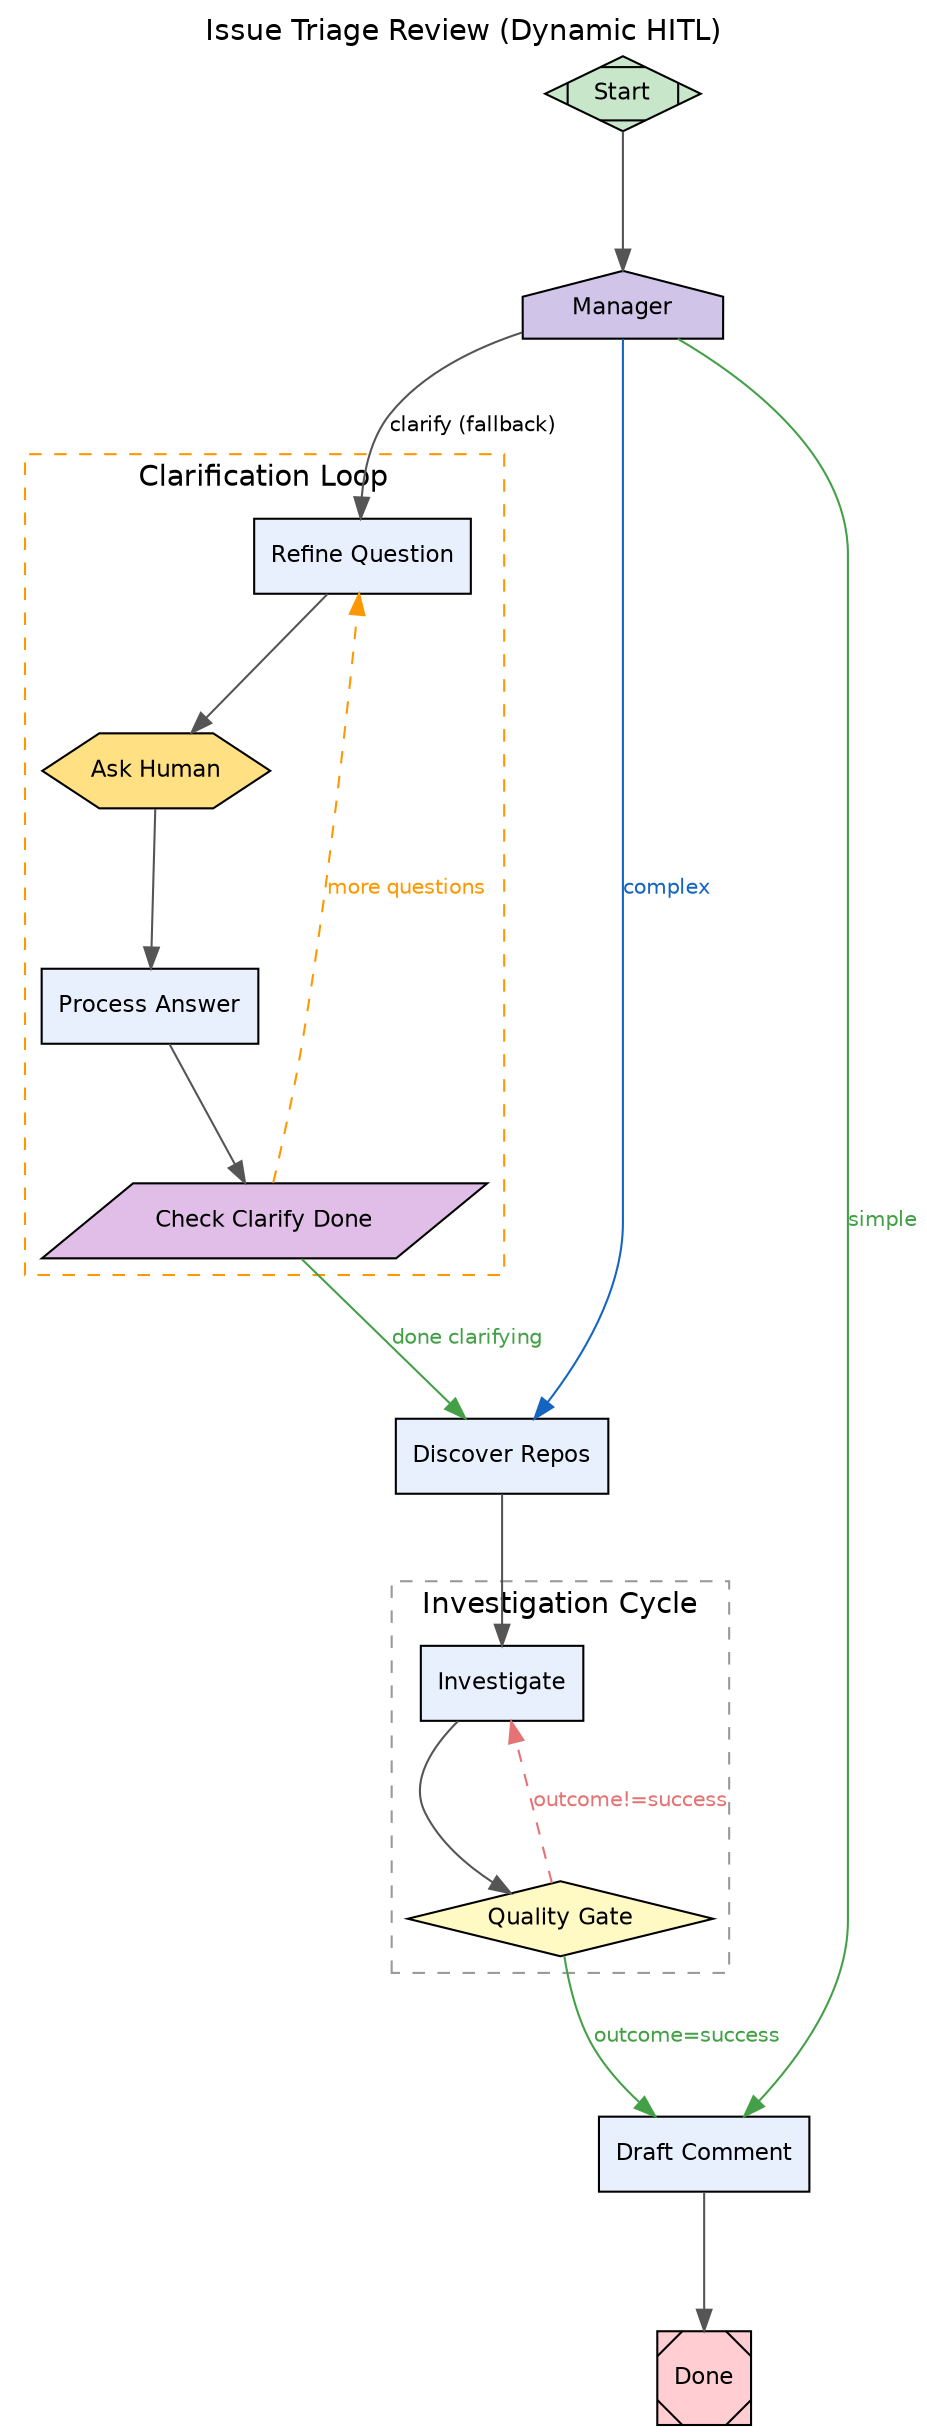
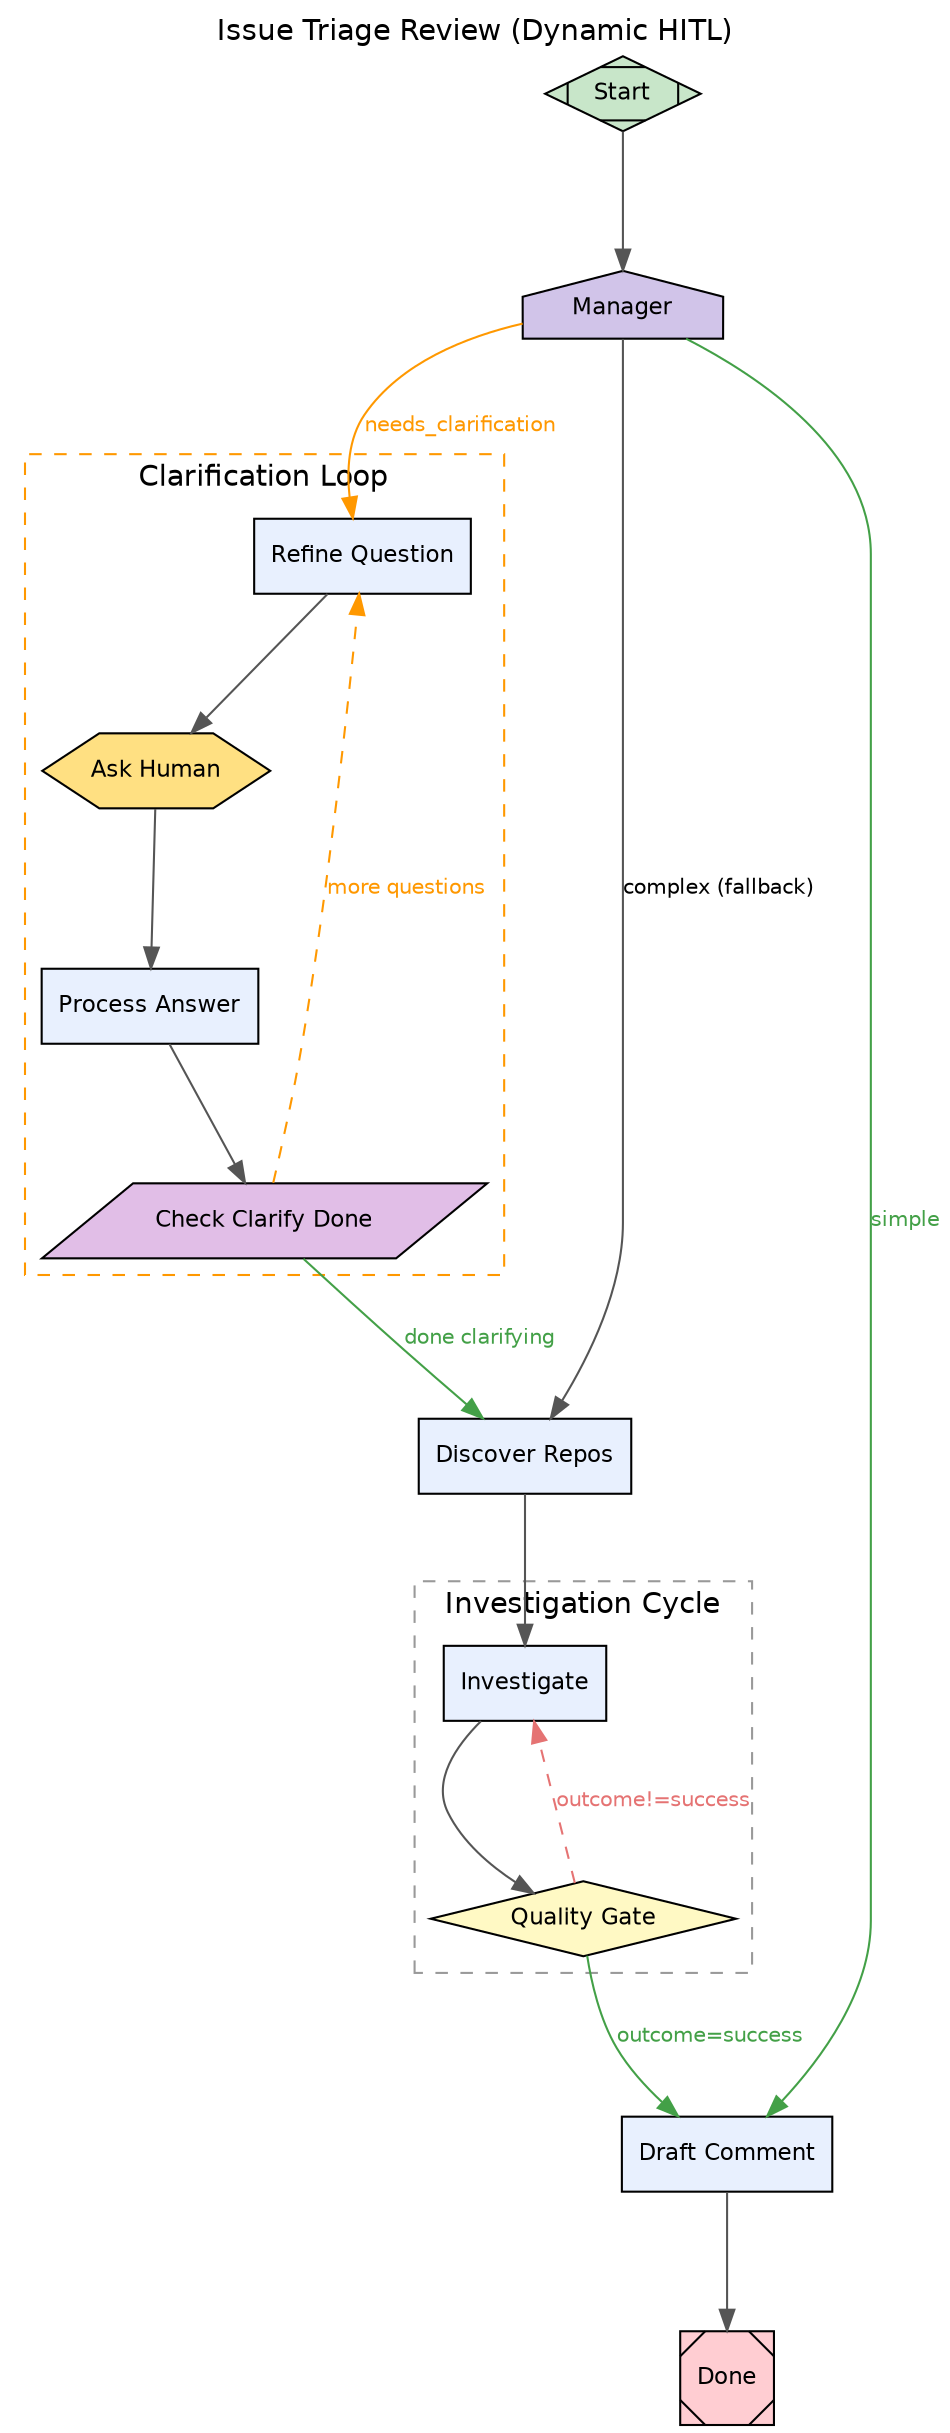
// triage-dynamic.dot
//
// Pipeline: Dynamic HITL Issue Triage — Multi-Turn Clarification Pattern
//
// Flow:
//   1. Manager reads the issue and decides: simple, needs_clarification, or complex?
//   2. Simple:              manager drafts quick summary → comment_draft (skip investigation)
//   3. Needs clarification: manager → refine_question → ask_human → process_answer →
//                           check_clarify_done loop until READY_TO_INVESTIGATE sentinel
//   4. Default (fallback):  manager → discover_repos → investigate → quality_eval loop
//   5. comment_draft always runs last — writes bridge.* output for GitHub
//
// Key differences from triage-review-resolve-hitl.dot:
//   - Clarification is a LOOP (refine_question → ask_human → process_answer →
//     check_clarify_done), not a single HITL pause
//   - refine_question writes structured questions to docs/triage/clarify.md
//   - ask_human attaches that file inline so the human sees structured questions
//   - process_answer reads ${human.gate.text} and integrates the reply
//   - check_clarify_done uses a tool_command to grep for READY_TO_INVESTIGATE sentinel
//   - discover_repos is an explicit node that reads $goal and runs git clone
//   - manager routes to discover_repos as the unconditional fallback (not clarify)
//
// Adapted for Resolve-hosted execution:
//   - Repos are in workspace via Gitea mirrors (no checkout tools)
//   - Bridge handles all GitHub I/O (no direct GitHub tool calls)
//   - comment_draft writes bridge.* context_updates instead of calling tools
//   - Context ($goal) comes from bridge translator, not raw GitHub API

digraph triage_dynamic {

    // — Graph-level attributes ——————————————————————————————————————————

    label             = "Issue Triage Review (Dynamic HITL)"
    labelloc          = t
    rankdir           = TB
    compound          = true
    fontname          = "Helvetica"
    nodesep           = 0.6
    ranksep           = 0.9

    // Attractor pipeline configuration
    goal              = "$goal"
    default_fidelity  = "compact"
    default_thread_id = "triage-dynamic-thread"

    // — Model stylesheet ————————————————————————————————————————————————
    // Covers all decision-bearing and new nodes:
    //   quality_eval  — adversarial gate, needs reasoning + high effort
    //   manager       — complexity triage, needs reasoning
    //   investigate   — code investigation, general model
    //   refine_question — question refinement, general model
    //   process_answer  — answer integration, general model
    //   discover_repos  — repo discovery, general model
    model_stylesheet  = "quality_eval: model_role=reasoning reasoning_effort=high; manager: model_role=reasoning; investigate: model_role=general; refine_question: model_role=general; process_answer: model_role=general; discover_repos: model_role=general"

    // — Default node and edge styles ————————————————————————————————————
    node [fontname="Helvetica", fontsize=11, style="filled"]
    edge [fontname="Helvetica", fontsize=10, color="#555555"]

    // ═══════════════════════════════════════════════════════════════════
    // PIPELINE NODES
    // ═══════════════════════════════════════════════════════════════════

    // Entry point
    start [
        label     = "Start",
        shape     = Mdiamond,
        fillcolor = "#C8E6C9"
    ]

    // Manager — reads the issue, decides complexity, routes accordingly.
    // SIMPLE:              manager writes triage_summary and skips to comment_draft.
    // NEEDS_CLARIFICATION: routes to refine_question to begin the clarification loop.
    // FALLBACK (default):  routes to discover_repos for immediate investigation.
    manager [
        label      = "Manager",
        shape      = house,
        fillcolor  = "#D1C4E9",
        max_cycles = 3,
        prompt     = "You are a triage manager. Read the issue described in $goal.\n\nYour job is to assess complexity and route to one of THREE outcomes:\n\n1. READ the issue carefully.\n2. DECIDE: Is this simple, does it need clarification, or does it need deep investigation?\n\nCriteria for SIMPLE:\n  - The issue is a known pattern (missing docs, config error, clear user error)\n  - The root cause is obvious from the description\n  - No code verification is needed\n\nCriteria for NEEDS_CLARIFICATION:\n  - The issue is ambiguous or underspecified\n  - Key context is missing (version, repro steps, expected vs actual behavior)\n  - You have a specific question for the reporter that would determine the investigation path\n\nCriteria for COMPLEX (default fallback):\n  - The issue involves code behavior that needs verification\n  - Root cause is unclear or disputed\n  - Multiple modules or layers could be involved\n  - The reporter's framing needs independent verification against code\n\nOutput ONLY one of:\n\nIf SIMPLE:\n{\"status\": \"success\", \"context_updates\": {\"context.complexity\": \"simple\", \"triage_summary\": \"YOUR QUICK TRIAGE ANALYSIS HERE — include root cause assessment, recommendation, and confidence level\"}}\n\nIf NEEDS_CLARIFICATION:\n{\"status\": \"success\", \"context_updates\": {\"context.complexity\": \"needs_clarification\", \"clarify_prompt\": \"YOUR SPECIFIC QUESTION TO THE REPORTER HERE — be precise and ask only what you need to proceed\"}}\n\nIf COMPLEX:\n{\"status\": \"success\", \"context_updates\": {\"context.complexity\": \"complex\"}}"
    ]

    // ── Clarification loop subgraph ───────────────────────────────────
    subgraph cluster_clarify_loop {
        label = "Clarification Loop"
        style = dashed
        color = "#FF9800"

        // Refine Question — reads the issue context plus any prior answers and
        // writes a structured list of questions to docs/triage/clarify.md.
        // Loops up to 5 times (one round of questions per cycle).
        refine_question [
            label      = "Refine Question",
            shape      = box,
            fillcolor  = "#E8F0FE",
            max_cycles = 5,
            prompt     = "You are a clarification specialist. Read the issue in $goal and any prior answers in $clarify_answers.\n\nYour job is to write clear, structured questions that will help determine the investigation path.\n\nWrite your questions to docs/triage/clarify.md in this format:\n\n## Clarification Questions\n\n1. [Your first question — be specific]\n2. [Your second question — if needed]\n\nIf you have gathered enough information to proceed, write:\n\n## READY_TO_INVESTIGATE\n\nThe clarification is complete. Proceeding to investigation.\n\nOutput:\n{\"status\": \"success\", \"context_updates\": {\"clarify_questions\": \"YOUR QUESTIONS SUMMARY\"}}"
        ]

        // Ask Human — HITL pause point.
        // shape=hexagon marks this as a human-in-the-loop pause point.
        // mode=freeform means the attractor engine presents the description to
        // the human and waits for a free-text reply.
        // attachments_inline includes the structured questions file so the human
        // sees exactly what is being asked.
        ask_human [
            label              = "Ask Human",
            shape              = hexagon,
            fillcolor          = "#FFE082",
            mode               = "freeform",
            attachments_inline = "docs/triage/clarify.md",
            description        = "The triage manager needs more information before it can investigate this issue.\n\nPlease review the attached questions and provide your answers.\n\nReply with `/resolve <your answer>`."
        ]

        // Process Answer — reads the human's reply from ${human.gate.text}
        // and integrates it with existing context.
        process_answer [
            label     = "Process Answer",
            shape     = box,
            fillcolor = "#E8F0FE",
            prompt    = "You are processing the human's reply to clarification questions.\n\nHuman's reply:\n${human.gate.text}\n\nPrevious questions:\n$clarify_questions\n\nIntegrate the answer into the investigation context. Determine if we have enough information to proceed or if more questions are needed.\n\nOutput:\n{\"status\": \"success\", \"context_updates\": {\"clarify_answers\": \"INTEGRATED ANSWERS SO FAR\", \"clarify_status\": \"If all key questions are answered write READY_TO_INVESTIGATE, otherwise describe what is still missing\"}}"
        ]

        // Check Clarify Done — uses a tool_command to grep docs/triage/clarify.md
        // for the READY_TO_INVESTIGATE sentinel to decide whether to loop or proceed.
        check_clarify_done [
            label        = "Check Clarify Done",
            shape        = parallelogram,
            fillcolor    = "#E1BEE7",
            tool_command = "grep -q READY_TO_INVESTIGATE docs/triage/clarify.md && echo done || echo more_questions"
        ]
    }

    // Discover Repos — reads $goal to identify relevant repositories
    // and runs git clone to ensure they are available in the workspace.
    discover_repos [
        label     = "Discover Repos",
        shape     = box,
        fillcolor = "#E8F0FE",
        prompt    = "You are preparing the workspace for investigation.\n\nRead the issue in $goal and identify which repositories are relevant.\n\nThe repositories may already be available in the workspace via Gitea mirrors. Check what is available and clone any that are missing.\n\nOutput:\n{\"status\": \"success\", \"context_updates\": {\"repos_available\": \"LIST OF REPOS NOW IN WORKSPACE\"}}"
    ]

    // Investigation cycle subgraph
    subgraph cluster_investigation_cycle {
        label = "Investigation Cycle"
        style = dashed
        color = "#999999"

        // Investigator — independent root-cause analysis against actual code.
        // Repos are already in workspace via Gitea mirrors — no checkout tools needed.
        // $clarify_answers is injected if the clarification loop was taken (may be empty).
        investigate [
            label     = "Investigate",
            shape     = box,
            fillcolor = "#E8F0FE",
            timeout   = "5m",
            prompt    = "You are investigating the issue described in $goal.\n\nThe relevant repositories are already cloned in your workspace via Gitea mirrors — no checkout tools are available or needed.\n\nAdditional context from clarification (if provided): $clarify_answers\nRepos available: $repos_available\n\nSTEP 1 — Investigate:\n  - Read the issue. Verify every claim against actual code. Do NOT trust the reporter's framing.\n  - Perform independent verification of the root cause from source code.\n  - Check sibling modules for the same gap.\n  - If $clarify_answers is non-empty, incorporate the reporter's answers into your analysis.\n\nSTEP 2 — Output:\nYour entire response must be ONLY this JSON:\n{\"status\": \"success\", \"context_updates\": {\"triage_summary\": \"YOUR COMPLETE FINDINGS HERE\"}}\n\nThe triage_summary must contain: Root cause file:line, Ecosystem layer, Sibling modules checked, Recommended fix, Fix layer."
        ]

        // Adversarial quality gate — evaluates investigate findings.
        quality_eval [
            label            = "Quality Gate",
            shape            = diamond,
            fillcolor        = "#FFF9C4",
            goal_gate        = true,
            timeout          = "2m",
            reasoning_effort = high,
            prompt           = "You are an adversarial quality gate. Evaluate the investigation findings.\n\nINVESTIGATION SUMMARY:\n$triage_summary\n\nEvaluate against these criteria:\n(1) INDEPENDENT VERIFICATION: Did the investigator verify from code independently, or just restate the issue? FAIL if no independent verification.\n(2) ECOSYSTEM-LAYER CORRECTNESS: Is the fix scoped to the correct layer? FAIL if wrong layer.\n(3) BLAST RADIUS: Were sibling modules checked? FAIL if not.\n(4) SPECIFICITY: Is root cause a specific file:line? Vague = FAIL.\n(5) RECOMMENDATION: One concrete recommendation. Menu of options = FAIL.\n\nOutput ONLY one of:\nOn FAIL: {\"status\": \"fail\", \"failure_reason\": \"Criterion N: reason\", \"context_updates\": {\"quality_feedback\": \"Fix these issues: ...\"}}\nOn SUCCESS: {\"status\": \"success\"}"
        ]
    }

    // Comment drafter — writes bridge.* output variables for the bridge to post.
    // Always runs as the final step before done, regardless of path taken.
    // Reads $triage_summary which is set by either manager (simple) or investigate (complex/HITL).
    comment_draft [
        label     = "Draft Comment",
        shape     = box,
        fillcolor = "#E8F0FE",
        prompt    = "The triage findings are in $triage_summary.\n\nWrite a triage analysis and output it as JSON with context_updates containing bridge output variables.\n\nStructure the comment as:\n- Lead with a 2-3 sentence plain-English summary of the root cause and recommended fix\n- If sibling modules were checked, show what was found\n- Give a single concrete recommendation, not options\n- Only report what was verified (from code if investigated, from issue context if triaged directly)\n\nYour entire response must be ONLY this JSON:\n{\"status\": \"success\", \"context_updates\": {\"bridge.comment\": \"YOUR TRIAGE COMMENT IN MARKDOWN\", \"bridge.status\": \"triaged\", \"bridge.summary\": \"ONE-LINE SUMMARY OF ROOT CAUSE AND FIX\", \"bridge.labels\": [\"bug\", \"triaged\"]}}\n\nDo NOT call any GitHub tools directly. The bridge reads these bridge.* variables and handles all GitHub I/O."
    ]

    // Pipeline exit
    done [
        label     = "Done",
        shape     = Msquare,
        fillcolor = "#FFCDD2"
    ]

    // ═══════════════════════════════════════════════════════════════════
    // EDGES
    // ═══════════════════════════════════════════════════════════════════

    start -> manager

    // SIMPLE: manager can triage directly — skip investigation.
    // Only fires when manager explicitly sets context.complexity=simple.
    manager -> comment_draft [
        label     = "simple",
        condition = "context.complexity=simple",
        color     = "#43A047",
        fontcolor = "#43A047"
    ]

    // NEEDS CLARIFICATION: route to the clarification loop.
    // Only fires when manager explicitly sets context.complexity=needs_clarification.
    manager -> refine_question [
-         label = "clarify (fallback)"
+         label     = "needs_clarification",
+         condition = "context.complexity=needs_clarification",
+         color     = "#FF9800",
+         fontcolor = "#FF9800"
    ]

    // FALLBACK: discover_repos is the safe default for complex issues.
    // Unconditional — catches explicit "complex" routing AND
    // cases where the LLM output wasn't parsed as structured JSON.
    manager -> discover_repos [
-         label     = "complex",
-         condition = "context.complexity=complex",
-         color     = "#1565C0",
-         fontcolor = "#1565C0"
+         label = "complex (fallback)"
    ]

    // ── Clarification loop edges ──────────────────────────────────────

    refine_question -> ask_human

    ask_human -> process_answer

    process_answer -> check_clarify_done

    // MORE QUESTIONS: loop back to refine_question for another round
    check_clarify_done -> refine_question [
        label     = "more questions",
        condition = "context.tool.output=more_questions",
        style     = dashed,
        color     = "#FF9800",
        fontcolor = "#FF9800"
    ]

    // DONE CLARIFYING: proceed to investigation
    check_clarify_done -> discover_repos [
        label     = "done clarifying",
        condition = "context.tool.output=done",
        color     = "#43A047",
        fontcolor = "#43A047"
    ]

    // ── Investigation edges ───────────────────────────────────────────

    discover_repos -> investigate

    investigate -> quality_eval [
        thread_id = "quality-thread",
        fidelity  = "compact"
    ]

    // SUCCESS: quality approved — move to comment drafting
    quality_eval -> comment_draft [
        label     = "outcome=success",
        condition = "outcome=success",
        color     = "#43A047",
        fontcolor = "#43A047"
    ]

    // FAIL: quality rejected — investigator retries with critique
    quality_eval -> investigate [
        label     = "outcome!=success",
        condition = "outcome!=success",
        style     = dashed,
        color     = "#E57373",
        fontcolor = "#E57373"
    ]

    comment_draft -> done

}